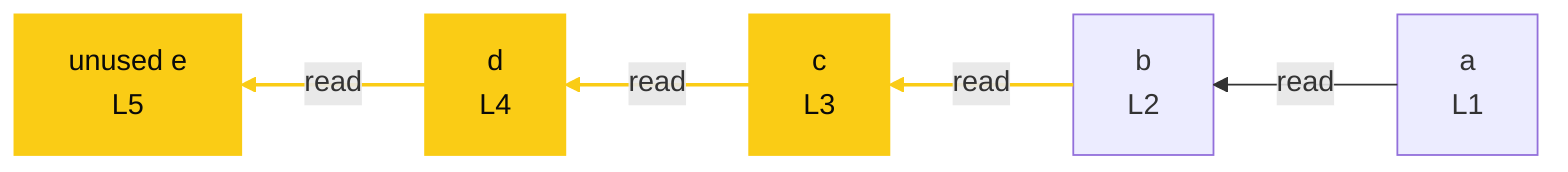
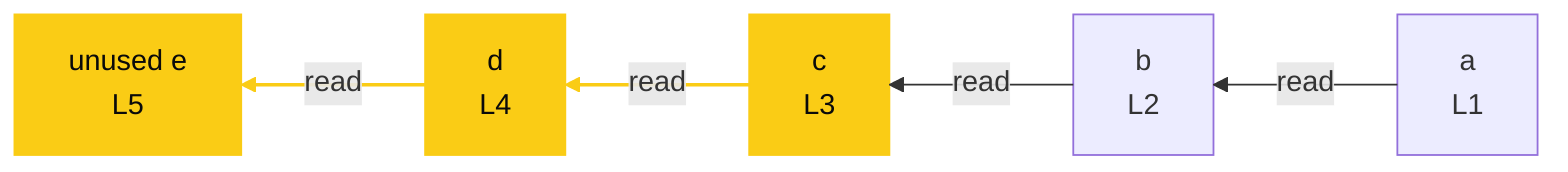
%%{init: {"flowchart": {"defaultRenderer": "elk"}}}%%
flowchart RL
  n_scope_0_a_6["a<br/>L1"]
  n_scope_0_b_19["b<br/>L2"]
  n_scope_0_c_32["c<br/>L3"]
  n_scope_0_d_45["d<br/>L4"]
  n_scope_0_e_58["unused e<br/>L5"]
  n_scope_0_a_6 -->|read| n_scope_0_b_19
  n_scope_0_b_19 -->|read| n_scope_0_c_32
  n_scope_0_c_32 -->|read| n_scope_0_d_45
  n_scope_0_d_45 -->|read| n_scope_0_e_58
  style n_scope_0_c_32 fill:#facc15,stroke:#facc15,color:#0a0a0a;
  style n_scope_0_d_45 fill:#facc15,stroke:#facc15,color:#0a0a0a;
  style n_scope_0_e_58 fill:#facc15,stroke:#facc15,color:#0a0a0a;
-   linkStyle 1,2,3 stroke:#facc15,stroke-width:2px;
+   linkStyle 2,3 stroke:#facc15,stroke-width:2px;
